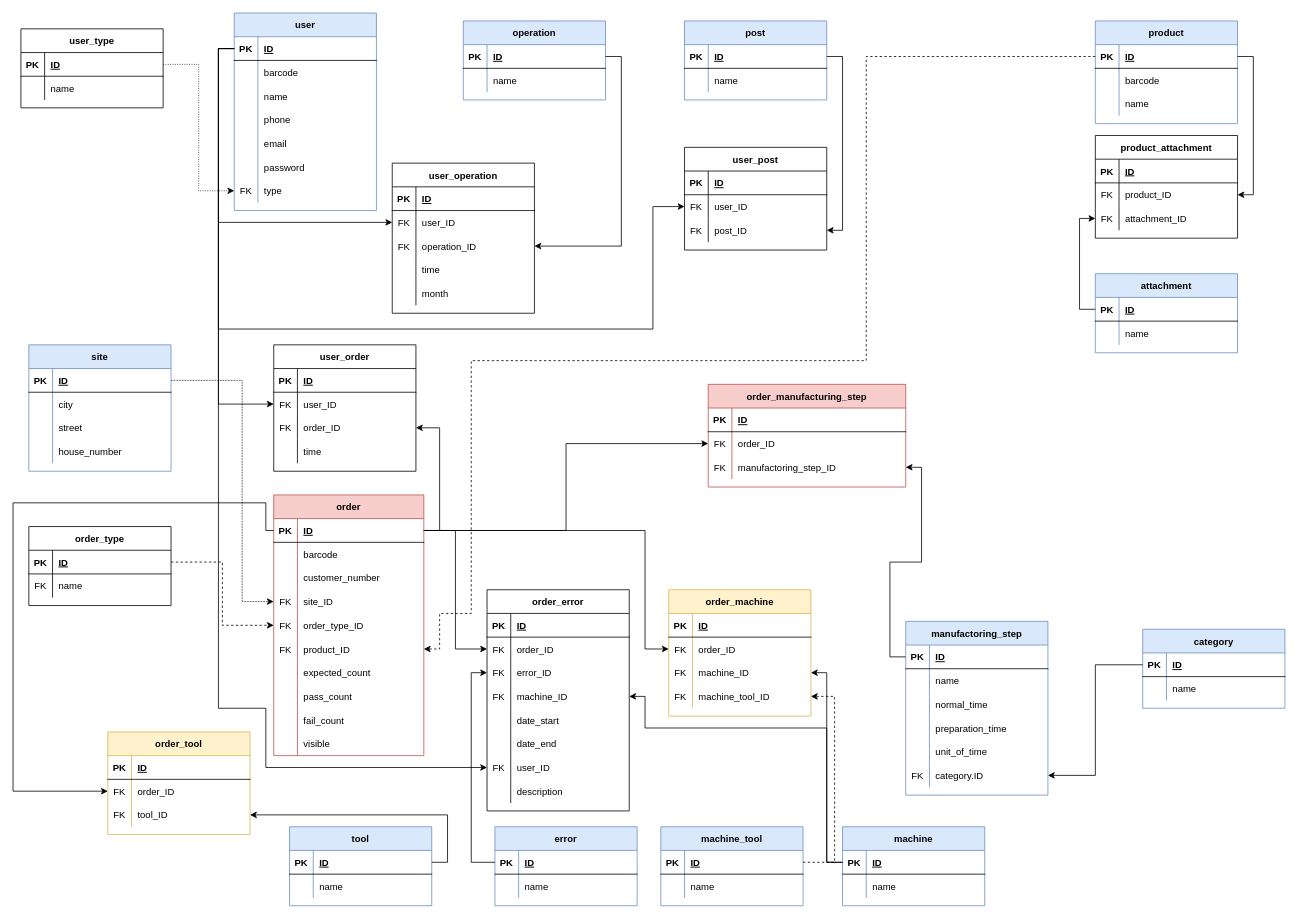
This is DOC/diagrams/database_plan_2_0_0.drawio from KerteszZoltan/mesterminal, a draw.io file, before an edit. Source tidied: cells renumbered, new cells numbered last; positions are measured from the earlier drawing's top-left corner, leaving out a move shared by most shapes. Both pictures are drawn from the tidied source at 79%, with x=0, y=0 at pixel (13, 13).
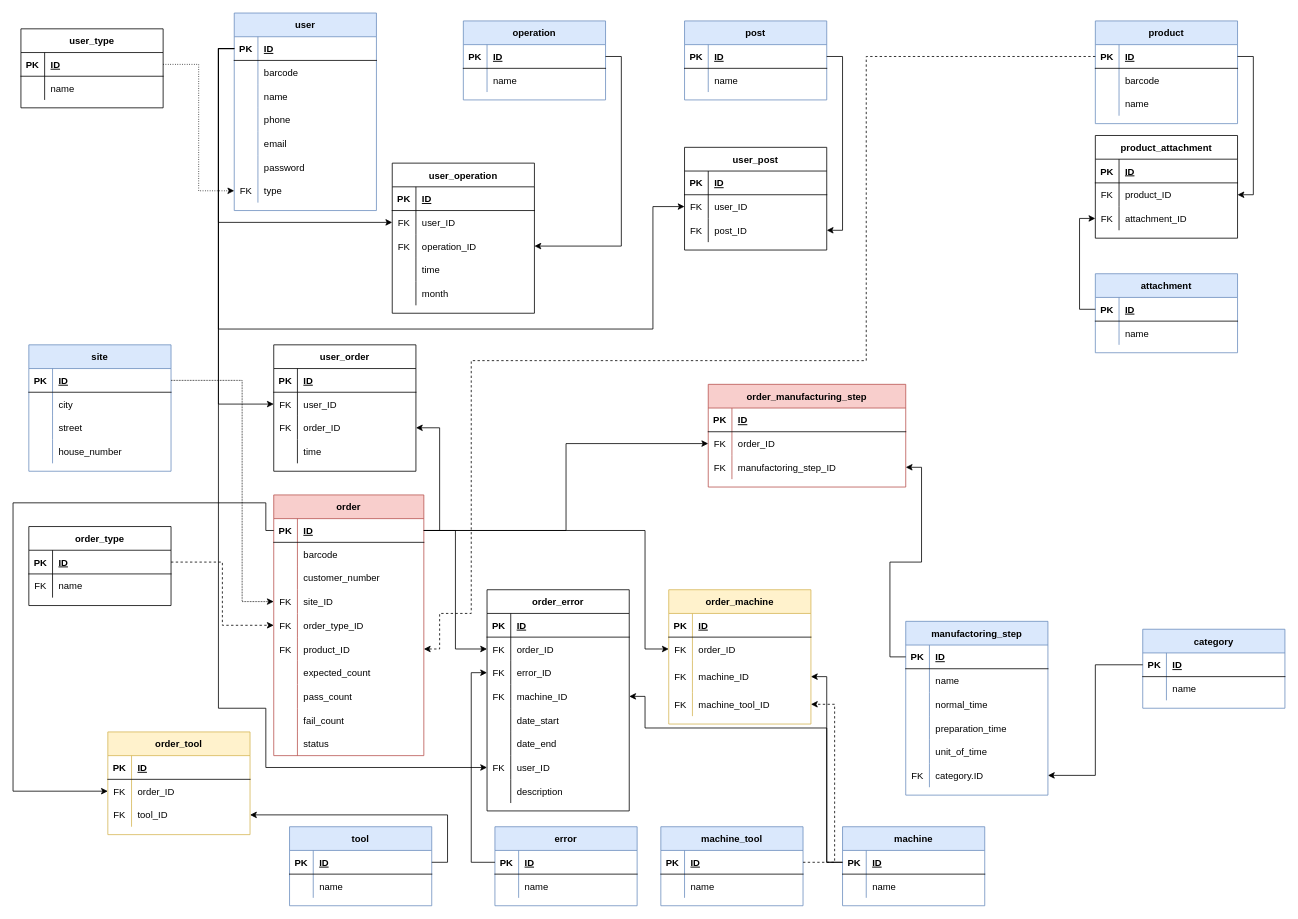
The same page after the edit.

The change refers to these unchanged cells:
```xml
<mxCell id="96" style="shape=partialRectangle;fillColor=none;top=0;left=0;bottom=0;right=0;" parent="68" vertex="1">
  <mxGeometry y="300" width="190" height="30" as="geometry" />
</mxCell>
<mxCell id="280" style="shape=partialRectangle;fillColor=none;top=0;left=0;bottom=1;right=0;points=[[0,0.5],[1,0.5]];portConstraint=eastwest;" parent="279" vertex="1">
  <mxGeometry y="30" width="180" height="30" as="geometry" />
</mxCell>
```

What changed in the source:
```diff
@@
-    <mxCell id="98" value="visible" style="shape=partialRectangle;fillColor=none;top=0;left=0;bottom=0;right=0;align=left;spacingLeft=6;overflow=hidden;" parent="96" vertex="1">
+    <mxCell id="98" value="status" style="shape=partialRectangle;fillColor=none;top=0;left=0;bottom=0;right=0;align=left;spacingLeft=6;overflow=hidden;" parent="96" vertex="1">
       <mxGeometry x="30" width="160" height="30" as="geometry" />
     </mxCell>
@@
     <mxCell id="174" value="order_machine" style="shape=table;startSize=30;childLayout=tableLayout;rowLines=0;fontStyle=1;align=center;fillColor=#fff2cc;strokeColor=#d6b656;" parent="1" vertex="1">
-      <mxGeometry x="830" y="730" width="180" height="160" as="geometry" />
+      <mxGeometry x="830" y="730" width="180" height="170" as="geometry" />
     </mxCell>
@@
     <mxCell id="181" style="shape=partialRectangle;fillColor=none;top=0;left=0;bottom=0;right=0;points=[[0,0.5],[1,0.5]];portConstraint=eastwest;" parent="174" vertex="1">
-      <mxGeometry y="90" width="180" height="30" as="geometry" />
+      <mxGeometry y="90" width="180" height="40" as="geometry" />
     </mxCell>
     <mxCell id="182" value="FK" style="shape=partialRectangle;fillColor=none;top=0;left=0;bottom=0;right=0;overflow=hidden;" parent="181" vertex="1">
-      <mxGeometry width="30" height="30" as="geometry" />
+      <mxGeometry width="30" height="40" as="geometry" />
     </mxCell>
     <mxCell id="183" value="machine_ID" style="shape=partialRectangle;fillColor=none;top=0;left=0;bottom=0;right=0;align=left;spacingLeft=6;overflow=hidden;" parent="181" vertex="1">
-      <mxGeometry x="30" width="150" height="30" as="geometry" />
+      <mxGeometry x="30" width="150" height="40" as="geometry" />
     </mxCell>
     <mxCell id="184" style="shape=partialRectangle;fillColor=none;top=0;left=0;bottom=0;right=0;points=[[0,0.5],[1,0.5]];portConstraint=eastwest;" parent="174" vertex="1">
-      <mxGeometry y="120" width="180" height="30" as="geometry" />
+      <mxGeometry y="130" width="180" height="30" as="geometry" />
     </mxCell>
@@
     <mxCell id="287" style="edgeStyle=orthogonalEdgeStyle;rounded=0;jettySize=auto;html=1;exitX=1;exitY=0.5;exitDx=0;exitDy=0;entryX=1;entryY=0.5;entryDx=0;entryDy=0;dashed=1;" parent="1" edge="1" source="280" target="184">
       <mxGeometry relative="1" as="geometry">
         <Array as="points">
           <mxPoint x="1040" y="1075" />
-          <mxPoint x="1040" y="865" />
+          <mxPoint x="1040" y="875" />
         </Array>
       </mxGeometry>
     </mxCell>
```
